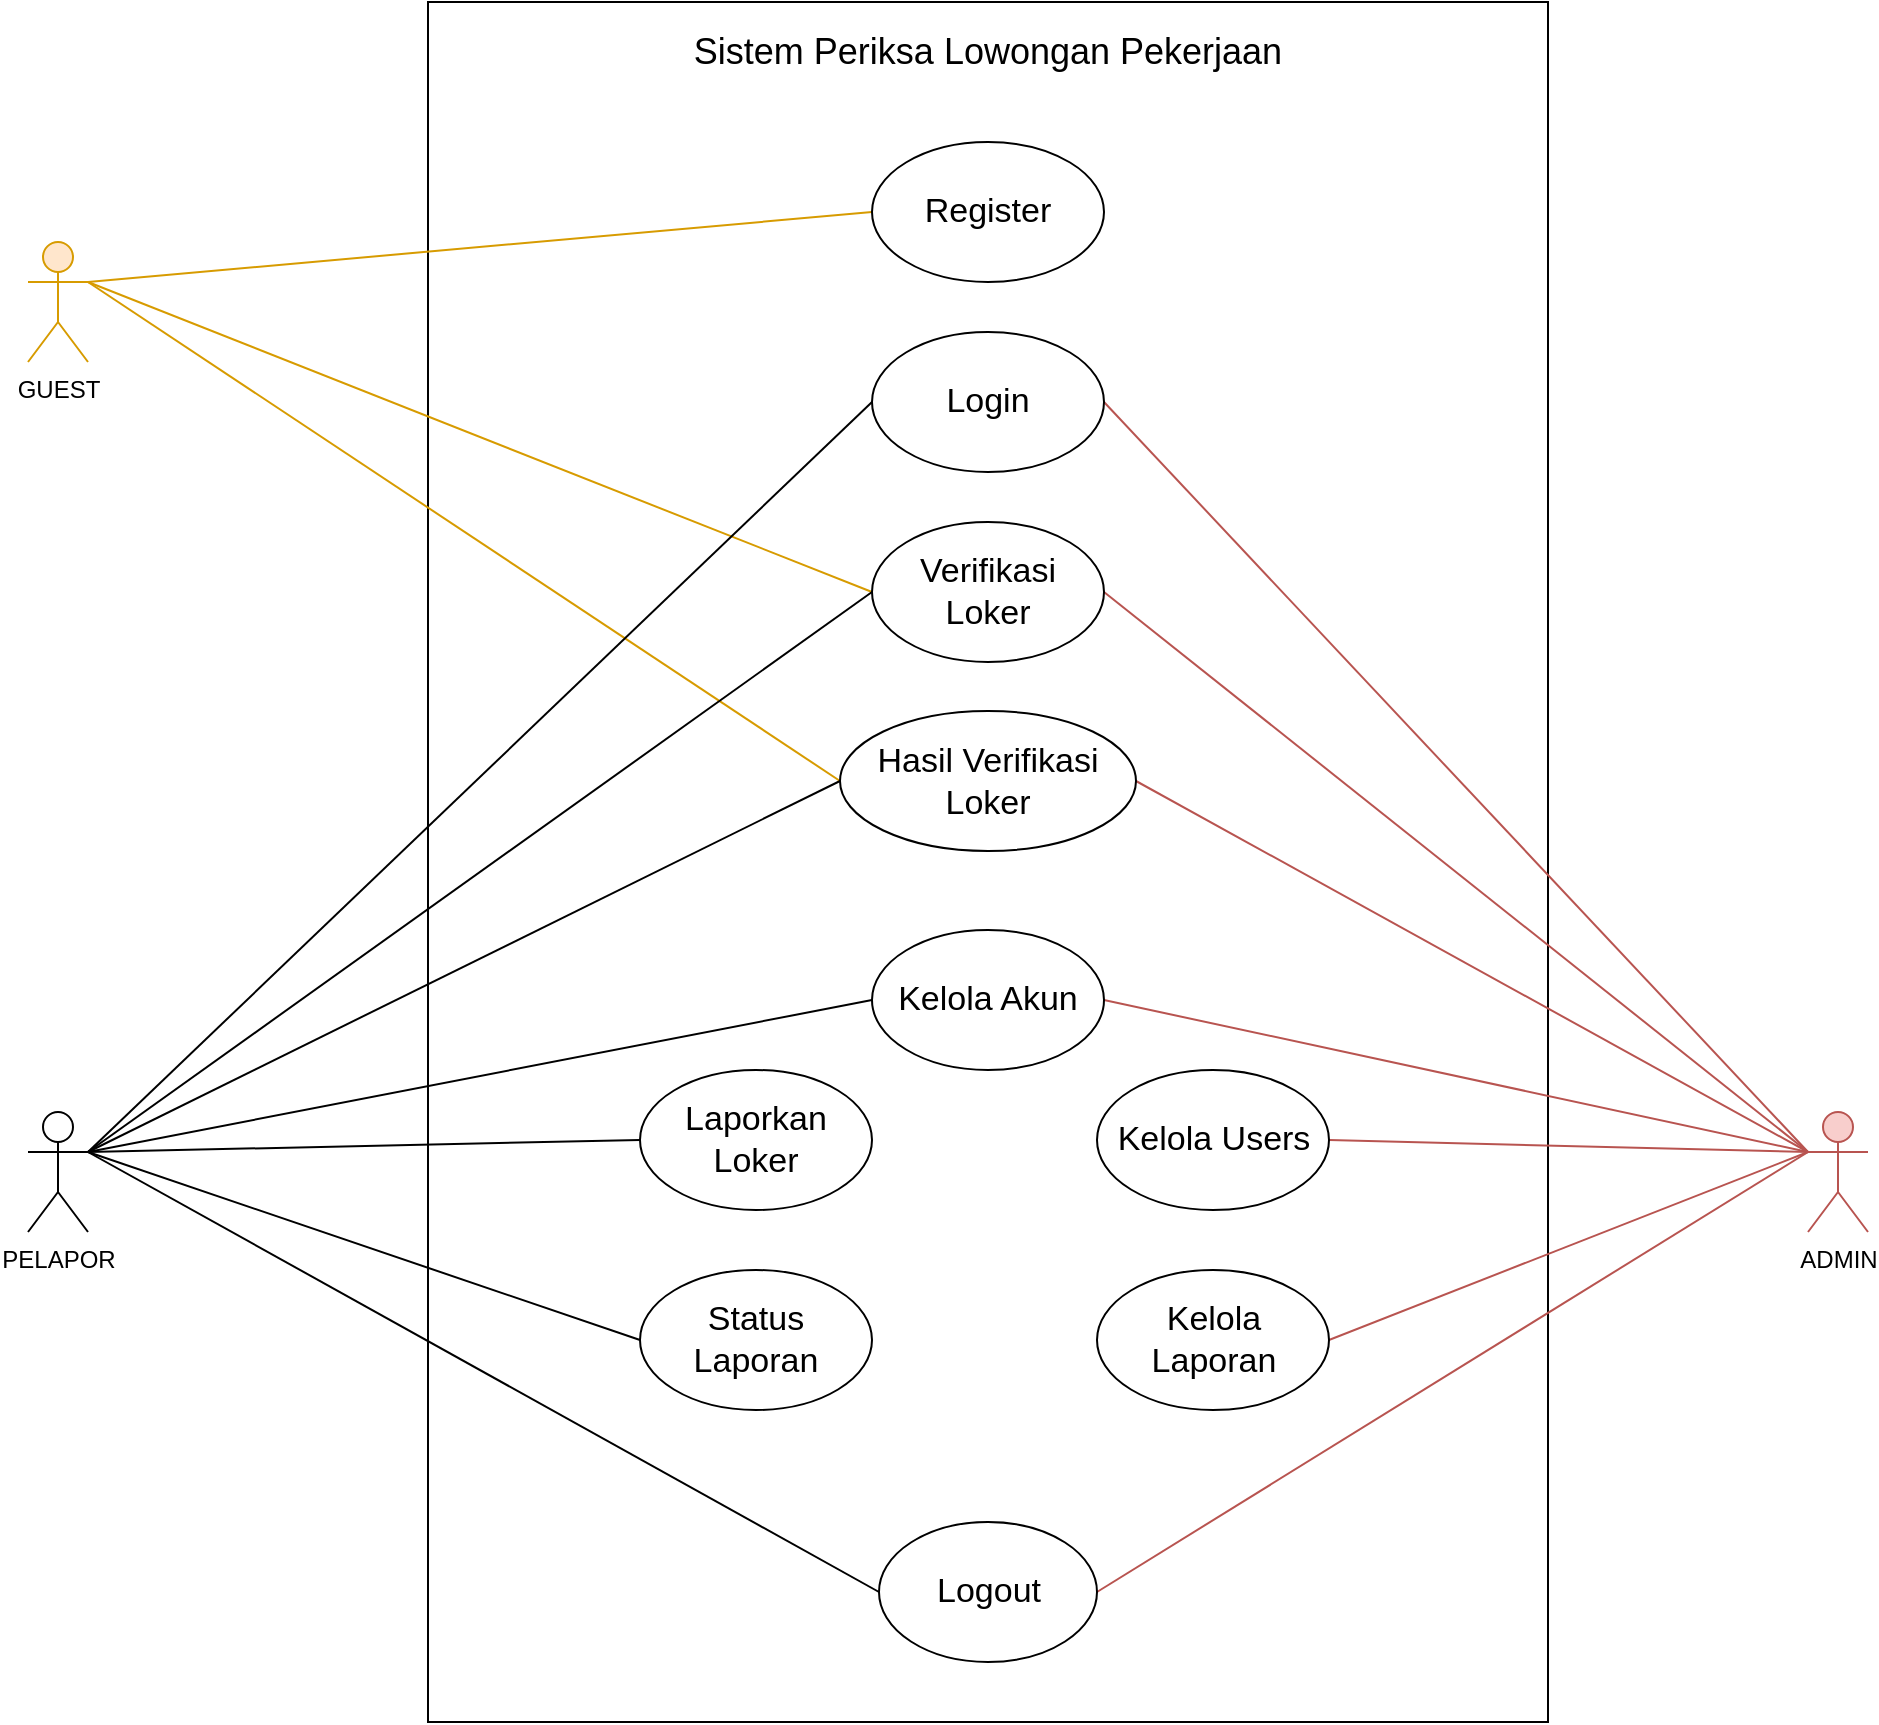
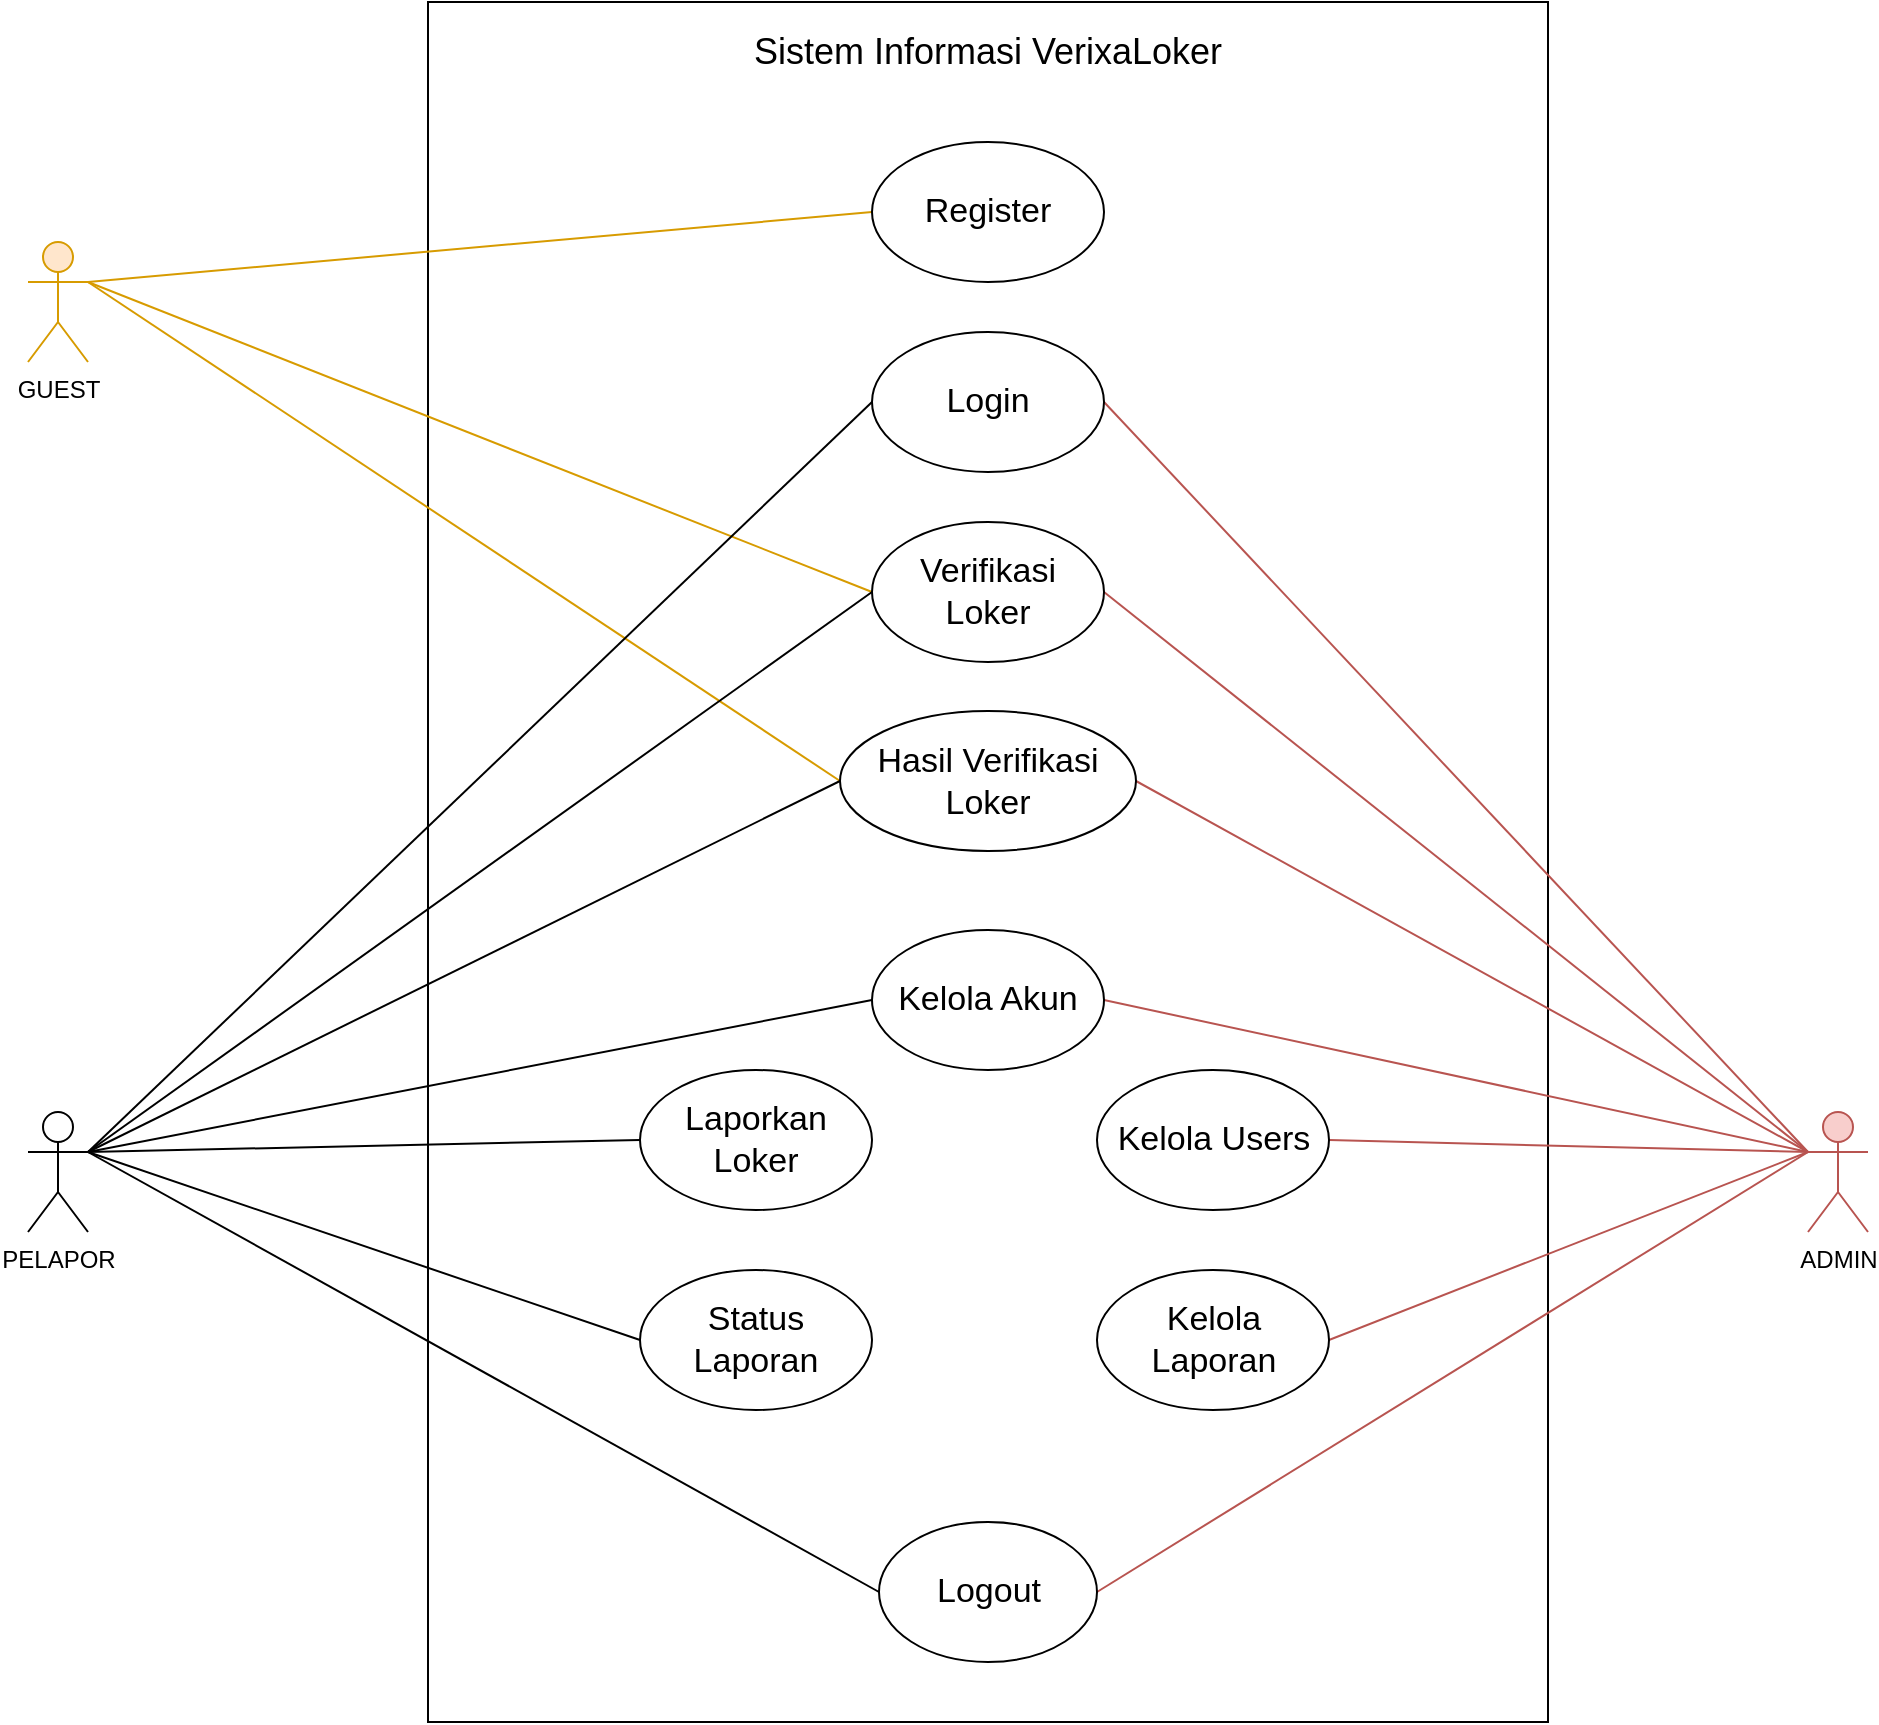
<mxfile host="app.diagrams.net">
  <diagram name="Page-1" id="ffiCpCXoxd-8fk6BLKT6">
-     <mxGraphModel dx="3761" dy="1061" grid="1" gridSize="10" guides="1" tooltips="1" connect="1" arrows="1" fold="1" page="1" pageScale="1" pageWidth="827" pageHeight="1169" math="0" shadow="0">
+     <mxGraphModel dx="2032" dy="658" grid="1" gridSize="10" guides="1" tooltips="1" connect="1" arrows="1" fold="1" page="1" pageScale="1" pageWidth="827" pageHeight="1169" math="0" shadow="0">
      <root>
        <mxCell id="0" />
        <mxCell id="1" parent="0" />
        <mxCell id="hAiGVOQPmPoLGkg3YBtA-2" parent="1" style="rounded=0;whiteSpace=wrap;html=1;direction=south;" value="" vertex="1">
          <mxGeometry height="860" width="560" x="160" y="160" as="geometry" />
        </mxCell>
-         <mxCell id="hAiGVOQPmPoLGkg3YBtA-3" parent="1" style="text;html=1;whiteSpace=wrap;strokeColor=none;fillColor=none;align=center;verticalAlign=middle;rounded=0;" value="&lt;font style=&quot;font-size: 18px;&quot;&gt;Sistem Periksa Lowongan Pekerjaan&lt;/font&gt;" vertex="1">
+         <mxCell id="hAiGVOQPmPoLGkg3YBtA-3" parent="1" style="text;html=1;whiteSpace=wrap;strokeColor=none;fillColor=none;align=center;verticalAlign=middle;rounded=0;" value="&lt;font style=&quot;font-size: 18px;&quot;&gt;Sistem Informasi VerixaLoker&lt;/font&gt;" vertex="1">
          <mxGeometry height="30" width="560" x="160" y="170" as="geometry" />
        </mxCell>
        <mxCell id="hAiGVOQPmPoLGkg3YBtA-30" edge="1" parent="1" source="hAiGVOQPmPoLGkg3YBtA-4" style="edgeStyle=none;shape=connector;rounded=0;orthogonalLoop=1;jettySize=auto;html=1;exitX=1;exitY=0.3333333333333333;exitDx=0;exitDy=0;exitPerimeter=0;entryX=0;entryY=0.5;entryDx=0;entryDy=0;strokeColor=#d79b00;align=center;verticalAlign=middle;fontFamily=Helvetica;fontSize=11;fontColor=default;fontStyle=0;labelBackgroundColor=default;endArrow=none;endFill=0;fillColor=#ffe6cc;" target="hAiGVOQPmPoLGkg3YBtA-9">
          <mxGeometry relative="1" as="geometry" />
        </mxCell>
        <mxCell id="hAiGVOQPmPoLGkg3YBtA-31" edge="1" parent="1" source="hAiGVOQPmPoLGkg3YBtA-4" style="edgeStyle=none;shape=connector;rounded=0;orthogonalLoop=1;jettySize=auto;html=1;exitX=1;exitY=0.3333333333333333;exitDx=0;exitDy=0;exitPerimeter=0;entryX=0;entryY=0.5;entryDx=0;entryDy=0;strokeColor=#d79b00;align=center;verticalAlign=middle;fontFamily=Helvetica;fontSize=11;fontColor=default;fontStyle=0;labelBackgroundColor=default;endArrow=none;endFill=0;fillColor=#ffe6cc;" target="hAiGVOQPmPoLGkg3YBtA-12">
          <mxGeometry relative="1" as="geometry" />
        </mxCell>
        <mxCell id="hAiGVOQPmPoLGkg3YBtA-32" edge="1" parent="1" source="hAiGVOQPmPoLGkg3YBtA-4" style="edgeStyle=none;shape=connector;rounded=0;orthogonalLoop=1;jettySize=auto;html=1;exitX=1;exitY=0.3333333333333333;exitDx=0;exitDy=0;exitPerimeter=0;entryX=0;entryY=0.5;entryDx=0;entryDy=0;strokeColor=#d79b00;align=center;verticalAlign=middle;fontFamily=Helvetica;fontSize=11;fontColor=default;fontStyle=0;labelBackgroundColor=default;endArrow=none;endFill=0;fillColor=#ffe6cc;" target="hAiGVOQPmPoLGkg3YBtA-13">
          <mxGeometry relative="1" as="geometry" />
        </mxCell>
        <mxCell id="hAiGVOQPmPoLGkg3YBtA-4" parent="1" style="shape=umlActor;verticalLabelPosition=bottom;verticalAlign=top;html=1;outlineConnect=0;fillColor=#ffe6cc;strokeColor=#d79b00;" value="GUEST" vertex="1">
          <mxGeometry height="60" width="30" x="-40" y="280" as="geometry" />
        </mxCell>
        <mxCell id="hAiGVOQPmPoLGkg3YBtA-35" edge="1" parent="1" source="hAiGVOQPmPoLGkg3YBtA-5" style="edgeStyle=none;shape=connector;rounded=0;orthogonalLoop=1;jettySize=auto;html=1;exitX=1;exitY=0.3333333333333333;exitDx=0;exitDy=0;exitPerimeter=0;entryX=0;entryY=0.5;entryDx=0;entryDy=0;strokeColor=default;align=center;verticalAlign=middle;fontFamily=Helvetica;fontSize=11;fontColor=default;fontStyle=0;labelBackgroundColor=default;endArrow=none;endFill=0;" target="hAiGVOQPmPoLGkg3YBtA-11">
          <mxGeometry relative="1" as="geometry" />
        </mxCell>
        <mxCell id="hAiGVOQPmPoLGkg3YBtA-36" edge="1" parent="1" source="hAiGVOQPmPoLGkg3YBtA-5" style="edgeStyle=none;shape=connector;rounded=0;orthogonalLoop=1;jettySize=auto;html=1;exitX=1;exitY=0.3333333333333333;exitDx=0;exitDy=0;exitPerimeter=0;entryX=0;entryY=0.5;entryDx=0;entryDy=0;strokeColor=default;align=center;verticalAlign=middle;fontFamily=Helvetica;fontSize=11;fontColor=default;fontStyle=0;labelBackgroundColor=default;endArrow=none;endFill=0;" target="hAiGVOQPmPoLGkg3YBtA-12">
          <mxGeometry relative="1" as="geometry" />
        </mxCell>
        <mxCell id="hAiGVOQPmPoLGkg3YBtA-37" edge="1" parent="1" source="hAiGVOQPmPoLGkg3YBtA-5" style="edgeStyle=none;shape=connector;rounded=0;orthogonalLoop=1;jettySize=auto;html=1;exitX=1;exitY=0.3333333333333333;exitDx=0;exitDy=0;exitPerimeter=0;entryX=0;entryY=0.5;entryDx=0;entryDy=0;strokeColor=default;align=center;verticalAlign=middle;fontFamily=Helvetica;fontSize=11;fontColor=default;fontStyle=0;labelBackgroundColor=default;endArrow=none;endFill=0;" target="hAiGVOQPmPoLGkg3YBtA-13">
          <mxGeometry relative="1" as="geometry" />
        </mxCell>
        <mxCell id="hAiGVOQPmPoLGkg3YBtA-40" edge="1" parent="1" source="hAiGVOQPmPoLGkg3YBtA-5" style="edgeStyle=none;shape=connector;rounded=0;orthogonalLoop=1;jettySize=auto;html=1;exitX=1;exitY=0.3333333333333333;exitDx=0;exitDy=0;exitPerimeter=0;entryX=0;entryY=0.5;entryDx=0;entryDy=0;strokeColor=default;align=center;verticalAlign=middle;fontFamily=Helvetica;fontSize=11;fontColor=default;fontStyle=0;labelBackgroundColor=default;endArrow=none;endFill=0;" target="hAiGVOQPmPoLGkg3YBtA-16">
          <mxGeometry relative="1" as="geometry" />
        </mxCell>
        <mxCell id="hAiGVOQPmPoLGkg3YBtA-41" edge="1" parent="1" source="hAiGVOQPmPoLGkg3YBtA-5" style="edgeStyle=none;shape=connector;rounded=0;orthogonalLoop=1;jettySize=auto;html=1;exitX=1;exitY=0.3333333333333333;exitDx=0;exitDy=0;exitPerimeter=0;entryX=0;entryY=0.5;entryDx=0;entryDy=0;strokeColor=default;align=center;verticalAlign=middle;fontFamily=Helvetica;fontSize=11;fontColor=default;fontStyle=0;labelBackgroundColor=default;endArrow=none;endFill=0;" target="hAiGVOQPmPoLGkg3YBtA-17">
          <mxGeometry relative="1" as="geometry" />
        </mxCell>
        <mxCell id="hAiGVOQPmPoLGkg3YBtA-42" edge="1" parent="1" source="hAiGVOQPmPoLGkg3YBtA-5" style="edgeStyle=none;shape=connector;rounded=0;orthogonalLoop=1;jettySize=auto;html=1;exitX=1;exitY=0.3333333333333333;exitDx=0;exitDy=0;exitPerimeter=0;entryX=0;entryY=0.5;entryDx=0;entryDy=0;strokeColor=default;align=center;verticalAlign=middle;fontFamily=Helvetica;fontSize=11;fontColor=default;fontStyle=0;labelBackgroundColor=default;endArrow=none;endFill=0;" target="hAiGVOQPmPoLGkg3YBtA-18">
          <mxGeometry relative="1" as="geometry" />
        </mxCell>
        <mxCell id="hAiGVOQPmPoLGkg3YBtA-43" edge="1" parent="1" source="hAiGVOQPmPoLGkg3YBtA-5" style="edgeStyle=none;shape=connector;rounded=0;orthogonalLoop=1;jettySize=auto;html=1;exitX=1;exitY=0.3333333333333333;exitDx=0;exitDy=0;exitPerimeter=0;entryX=0;entryY=0.5;entryDx=0;entryDy=0;strokeColor=default;align=center;verticalAlign=middle;fontFamily=Helvetica;fontSize=11;fontColor=default;fontStyle=0;labelBackgroundColor=default;endArrow=none;endFill=0;" target="hAiGVOQPmPoLGkg3YBtA-14">
          <mxGeometry relative="1" as="geometry" />
        </mxCell>
        <mxCell id="hAiGVOQPmPoLGkg3YBtA-5" parent="1" style="shape=umlActor;verticalLabelPosition=bottom;verticalAlign=top;html=1;outlineConnect=0;" value="PELAPOR" vertex="1">
          <mxGeometry height="60" width="30" x="-40" y="715" as="geometry" />
        </mxCell>
        <mxCell id="hAiGVOQPmPoLGkg3YBtA-44" edge="1" parent="1" source="hAiGVOQPmPoLGkg3YBtA-6" style="edgeStyle=none;shape=connector;rounded=0;orthogonalLoop=1;jettySize=auto;html=1;exitX=0;exitY=0.3333333333333333;exitDx=0;exitDy=0;exitPerimeter=0;entryX=1;entryY=0.5;entryDx=0;entryDy=0;strokeColor=#b85450;align=center;verticalAlign=middle;fontFamily=Helvetica;fontSize=11;fontColor=default;fontStyle=0;labelBackgroundColor=default;endArrow=none;endFill=0;fillColor=#f8cecc;" target="hAiGVOQPmPoLGkg3YBtA-11">
          <mxGeometry relative="1" as="geometry" />
        </mxCell>
        <mxCell id="hAiGVOQPmPoLGkg3YBtA-45" edge="1" parent="1" source="hAiGVOQPmPoLGkg3YBtA-6" style="edgeStyle=none;shape=connector;rounded=0;orthogonalLoop=1;jettySize=auto;html=1;exitX=0;exitY=0.3333333333333333;exitDx=0;exitDy=0;exitPerimeter=0;entryX=1;entryY=0.5;entryDx=0;entryDy=0;strokeColor=#b85450;align=center;verticalAlign=middle;fontFamily=Helvetica;fontSize=11;fontColor=default;fontStyle=0;labelBackgroundColor=default;endArrow=none;endFill=0;fillColor=#f8cecc;" target="hAiGVOQPmPoLGkg3YBtA-18">
          <mxGeometry relative="1" as="geometry" />
        </mxCell>
        <mxCell id="hAiGVOQPmPoLGkg3YBtA-46" edge="1" parent="1" source="hAiGVOQPmPoLGkg3YBtA-6" style="edgeStyle=none;shape=connector;rounded=0;orthogonalLoop=1;jettySize=auto;html=1;exitX=0;exitY=0.3333333333333333;exitDx=0;exitDy=0;exitPerimeter=0;entryX=1;entryY=0.5;entryDx=0;entryDy=0;strokeColor=#b85450;align=center;verticalAlign=middle;fontFamily=Helvetica;fontSize=11;fontColor=default;fontStyle=0;labelBackgroundColor=default;endArrow=none;endFill=0;fillColor=#f8cecc;" target="hAiGVOQPmPoLGkg3YBtA-20">
          <mxGeometry relative="1" as="geometry" />
        </mxCell>
        <mxCell id="hAiGVOQPmPoLGkg3YBtA-47" edge="1" parent="1" source="hAiGVOQPmPoLGkg3YBtA-6" style="edgeStyle=none;shape=connector;rounded=0;orthogonalLoop=1;jettySize=auto;html=1;exitX=0;exitY=0.3333333333333333;exitDx=0;exitDy=0;exitPerimeter=0;entryX=1;entryY=0.5;entryDx=0;entryDy=0;strokeColor=#b85450;align=center;verticalAlign=middle;fontFamily=Helvetica;fontSize=11;fontColor=default;fontStyle=0;labelBackgroundColor=default;endArrow=none;endFill=0;fillColor=#f8cecc;" target="hAiGVOQPmPoLGkg3YBtA-21">
          <mxGeometry relative="1" as="geometry" />
        </mxCell>
        <mxCell id="hAiGVOQPmPoLGkg3YBtA-48" edge="1" parent="1" source="hAiGVOQPmPoLGkg3YBtA-6" style="edgeStyle=none;shape=connector;rounded=0;orthogonalLoop=1;jettySize=auto;html=1;exitX=0;exitY=0.3333333333333333;exitDx=0;exitDy=0;exitPerimeter=0;entryX=1;entryY=0.5;entryDx=0;entryDy=0;strokeColor=#b85450;align=center;verticalAlign=middle;fontFamily=Helvetica;fontSize=11;fontColor=default;fontStyle=0;labelBackgroundColor=default;endArrow=none;endFill=0;fillColor=#f8cecc;" target="hAiGVOQPmPoLGkg3YBtA-14">
          <mxGeometry relative="1" as="geometry" />
        </mxCell>
        <mxCell id="hAiGVOQPmPoLGkg3YBtA-49" edge="1" parent="1" source="hAiGVOQPmPoLGkg3YBtA-6" style="edgeStyle=none;shape=connector;rounded=0;orthogonalLoop=1;jettySize=auto;html=1;exitX=0;exitY=0.3333333333333333;exitDx=0;exitDy=0;exitPerimeter=0;entryX=1;entryY=0.5;entryDx=0;entryDy=0;strokeColor=#b85450;align=center;verticalAlign=middle;fontFamily=Helvetica;fontSize=11;fontColor=default;fontStyle=0;labelBackgroundColor=default;endArrow=none;endFill=0;fillColor=#f8cecc;" target="hAiGVOQPmPoLGkg3YBtA-12">
          <mxGeometry relative="1" as="geometry" />
        </mxCell>
        <mxCell id="hAiGVOQPmPoLGkg3YBtA-50" edge="1" parent="1" source="hAiGVOQPmPoLGkg3YBtA-6" style="edgeStyle=none;shape=connector;rounded=0;orthogonalLoop=1;jettySize=auto;html=1;exitX=0;exitY=0.3333333333333333;exitDx=0;exitDy=0;exitPerimeter=0;entryX=1;entryY=0.5;entryDx=0;entryDy=0;strokeColor=#b85450;align=center;verticalAlign=middle;fontFamily=Helvetica;fontSize=11;fontColor=default;fontStyle=0;labelBackgroundColor=default;endArrow=none;endFill=0;fillColor=#f8cecc;" target="hAiGVOQPmPoLGkg3YBtA-13">
          <mxGeometry relative="1" as="geometry" />
        </mxCell>
        <mxCell id="hAiGVOQPmPoLGkg3YBtA-6" parent="1" style="shape=umlActor;verticalLabelPosition=bottom;verticalAlign=top;html=1;outlineConnect=0;fillColor=#f8cecc;strokeColor=#b85450;" value="ADMIN" vertex="1">
          <mxGeometry height="60" width="30" x="850" y="715" as="geometry" />
        </mxCell>
        <mxCell id="hAiGVOQPmPoLGkg3YBtA-9" parent="1" style="ellipse;whiteSpace=wrap;html=1;" value="&lt;font style=&quot;font-size: 17px;&quot;&gt;Register&lt;/font&gt;" vertex="1">
          <mxGeometry height="70" width="116" x="382" y="230" as="geometry" />
        </mxCell>
        <mxCell id="hAiGVOQPmPoLGkg3YBtA-11" parent="1" style="ellipse;whiteSpace=wrap;html=1;" value="&lt;font style=&quot;font-size: 17px;&quot;&gt;Login&lt;/font&gt;" vertex="1">
          <mxGeometry height="70" width="116" x="382" y="325" as="geometry" />
        </mxCell>
        <mxCell id="hAiGVOQPmPoLGkg3YBtA-12" parent="1" style="ellipse;whiteSpace=wrap;html=1;" value="&lt;span style=&quot;font-size: 17px;&quot;&gt;Verifikasi Loker&lt;/span&gt;" vertex="1">
          <mxGeometry height="70" width="116" x="382" y="420" as="geometry" />
        </mxCell>
        <mxCell id="hAiGVOQPmPoLGkg3YBtA-13" parent="1" style="ellipse;whiteSpace=wrap;html=1;" value="&lt;span style=&quot;font-size: 17px;&quot;&gt;Hasil Verifikasi Loker&lt;/span&gt;" vertex="1">
          <mxGeometry height="70" width="148" x="366" y="514.5" as="geometry" />
        </mxCell>
        <mxCell id="hAiGVOQPmPoLGkg3YBtA-14" parent="1" style="ellipse;whiteSpace=wrap;html=1;" value="&lt;font style=&quot;font-size: 17px;&quot;&gt;Logout&lt;/font&gt;" vertex="1">
          <mxGeometry height="70" width="109" x="385.5" y="920" as="geometry" />
        </mxCell>
        <mxCell id="hAiGVOQPmPoLGkg3YBtA-16" parent="1" style="ellipse;whiteSpace=wrap;html=1;" value="&lt;font style=&quot;font-size: 17px;&quot;&gt;Laporkan Loker&lt;/font&gt;" vertex="1">
          <mxGeometry height="70" width="116" x="266" y="694" as="geometry" />
        </mxCell>
        <mxCell id="hAiGVOQPmPoLGkg3YBtA-17" parent="1" style="ellipse;whiteSpace=wrap;html=1;" value="&lt;font style=&quot;font-size: 17px;&quot;&gt;Status Laporan&lt;/font&gt;" vertex="1">
          <mxGeometry height="70" width="116" x="266" y="794" as="geometry" />
        </mxCell>
        <mxCell id="hAiGVOQPmPoLGkg3YBtA-18" parent="1" style="ellipse;whiteSpace=wrap;html=1;" value="&lt;font style=&quot;font-size: 17px;&quot;&gt;Kelola Akun&lt;/font&gt;" vertex="1">
          <mxGeometry height="70" width="116" x="382" y="624" as="geometry" />
        </mxCell>
        <mxCell id="hAiGVOQPmPoLGkg3YBtA-20" parent="1" style="ellipse;whiteSpace=wrap;html=1;" value="&lt;font style=&quot;font-size: 17px;&quot;&gt;Kelola Users&lt;/font&gt;&lt;span style=&quot;color: rgba(0, 0, 0, 0); font-family: monospace; font-size: 0px; text-align: start; white-space: nowrap;&quot;&gt;%3CmxGraphModel%3E%3Croot%3E%3CmxCell%20id%3D%220%22%2F%3E%3CmxCell%20id%3D%221%22%20parent%3D%220%22%2F%3E%3CmxCell%20id%3D%222%22%20parent%3D%221%22%20style%3D%22ellipse%3BwhiteSpace%3Dwrap%3Bhtml%3D1%3B%22%20value%3D%22%26lt%3Bfont%20style%3D%26quot%3Bfont-size%3A%2017px%3B%26quot%3B%26gt%3BLaporkan%20Loker%26lt%3B%2Ffont%26gt%3B%22%20vertex%3D%221%22%3E%3CmxGeometry%20height%3D%2270%22%20width%3D%22116%22%20x%3D%22210%22%20y%3D%22820%22%20as%3D%22geometry%22%2F%3E%3C%2FmxCell%3E%3C%2Froot%3E%3C%2FmxGraphModel%3E&lt;/span&gt;" vertex="1">
          <mxGeometry height="70" width="116" x="494.5" y="694" as="geometry" />
        </mxCell>
        <mxCell id="hAiGVOQPmPoLGkg3YBtA-21" parent="1" style="ellipse;whiteSpace=wrap;html=1;" value="&lt;span style=&quot;font-size: 17px;&quot;&gt;Kelola Laporan&lt;/span&gt;" vertex="1">
          <mxGeometry height="70" width="116" x="494.5" y="794" as="geometry" />
        </mxCell>
      </root>
    </mxGraphModel>
  </diagram>
</mxfile>
